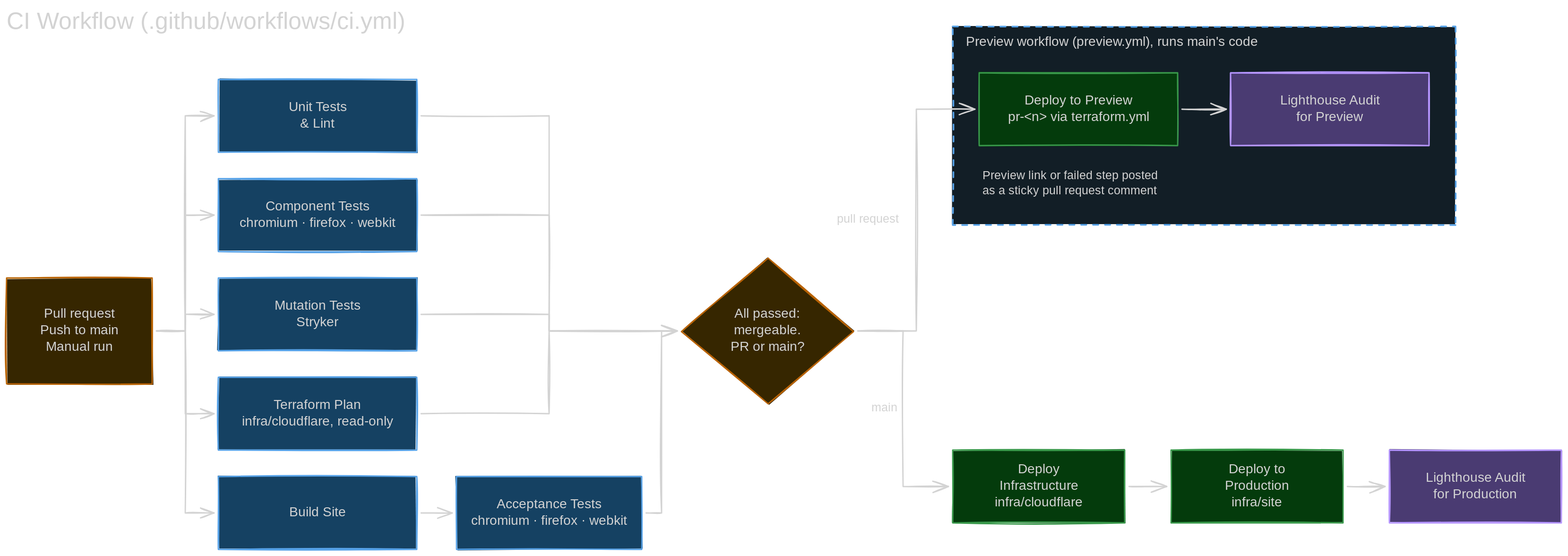
nikoheikkila/nikoheikkila.fi keeps this Excalidraw diagram as docs/ci-flow.svg. Above is the earlier version. Source tidied: one line per element, renumbered; positions are measured from the earlier drawing's top-left corner, leaving out a move shared by most shapes.
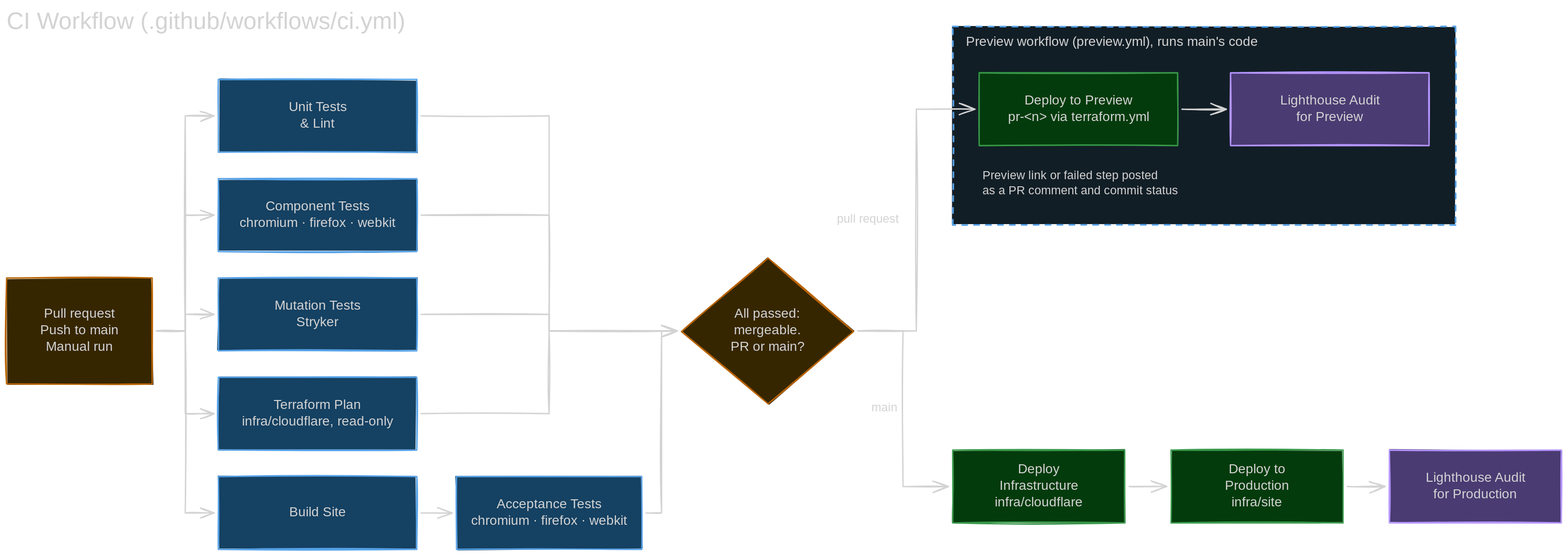
The same diagram one commit later.

Commit message:
ci: report commit status from preview deployments for gating

The edit, as a diff of the source:
```diff
@@ -22,7 +22,7 @@
 {"id": 21, "type": "text", "text": "Preview workflow (preview.yml), runs main's code", "strokeColor": "#d3d3d3", "strokeWidth": 2, "roughness": 1, "fontSize": 20, "fontFamily": 5, "x": 1450, "y": 42, "width": 408, "height": 25}
 {"id": 22, "type": "rectangle", "strokeColor": "#39994b", "backgroundColor": "#043b0c", "fillStyle": "solid", "strokeWidth": 2, "roughness": 1, "x": 1470, "y": 100, "width": 300, "height": 110}
 {"id": 23, "type": "rectangle", "strokeColor": "#b595ff", "backgroundColor": "#4a3b72", "fillStyle": "solid", "strokeWidth": 2, "roughness": 1, "x": 1850, "y": 100, "width": 300, "height": 110}
-{"id": 24, "type": "text", "text": "Preview link or failed step posted\nas a sticky pull request comment", "strokeColor": "#d3d3d3", "strokeWidth": 2, "roughness": 1, "fontSize": 18, "fontFamily": 5, "x": 1475, "y": 245, "width": 241, "height": 45}
+{"id": 24, "type": "text", "text": "Preview link or failed step posted\nas a PR comment and commit status", "strokeColor": "#d3d3d3", "strokeWidth": 2, "roughness": 1, "fontSize": 18, "fontFamily": 5, "x": 1475, "y": 245, "width": 241, "height": 45}
 {"id": 25, "type": "arrow", "strokeColor": "#d3d3d3", "strokeWidth": 2, "roughness": 1, "endArrowhead": "arrow", "x": 1286, "y": 490, "width": 177, "height": 335, "points": [[0, 0], [88, 0], [88, -335], [177, -335]]}
 {"id": 26, "type": "text", "text": "pull request", "strokeColor": "#d3d3d3", "strokeWidth": 2, "roughness": 1, "fontSize": 18, "fontFamily": 5, "x": 1255, "y": 310, "width": 84, "height": 22}
 {"id": 27, "type": "arrow", "strokeColor": "#d3d3d3", "strokeWidth": 2, "roughness": 1, "endArrowhead": "arrow", "x": 1776, "y": 155, "width": 67, "height": 0, "points": [[0, 0], [67, 0]]}
```
